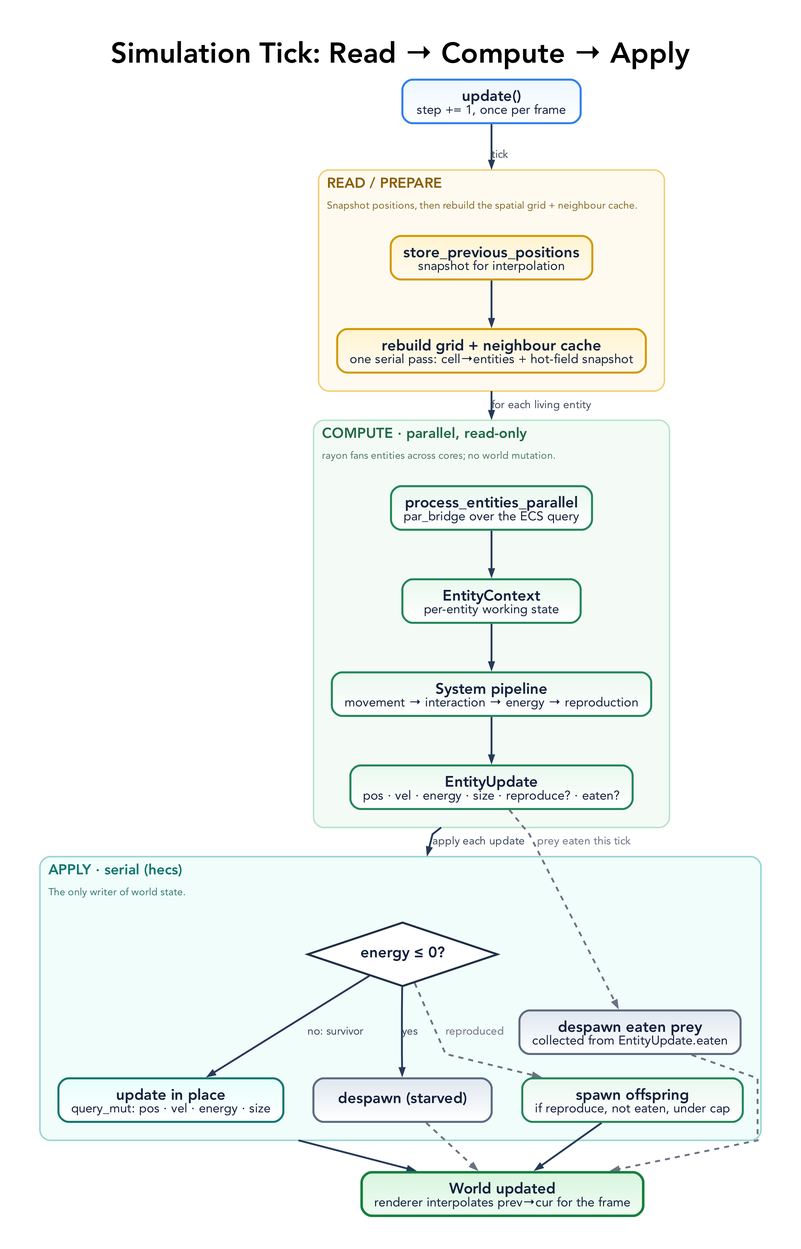
This is docs/diagrams/simulation-tick.png from rgilks/evo, a Graphviz export, as it was before one commit. Its source is kept beside it as docs/diagrams/simulation-tick.dot.
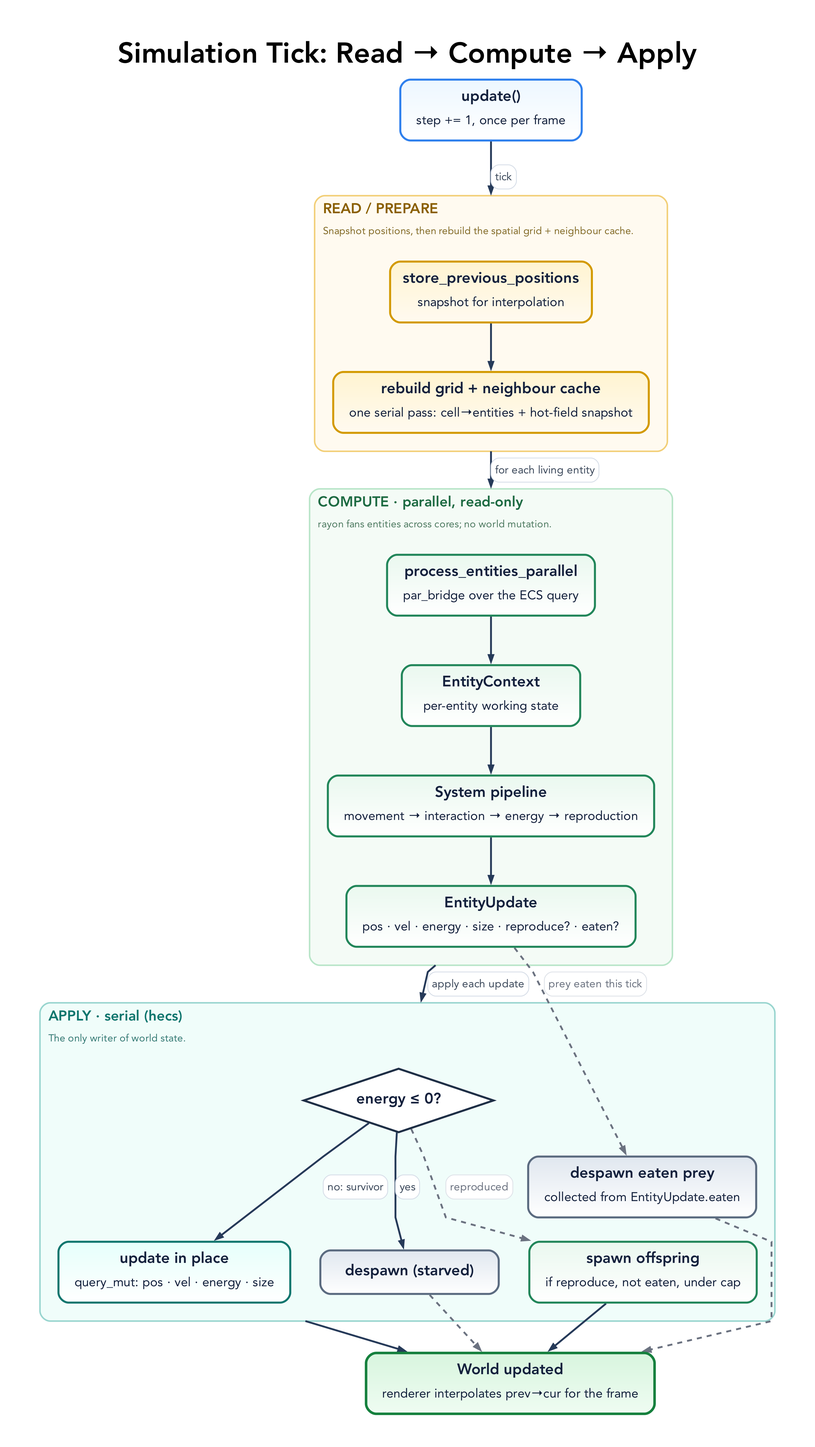
After the change.

Commit message:
Tidy graphviz diagrams

Change to the diagram source:
```diff
@@ -45,7 +45,7 @@
     arrowsize=0.78
   ];
 
-  T0 [label=<<B>update()</B><BR/><FONT POINT-SIZE="15">step += 1, once per frame</FONT>>, fillcolor="#edf7ff:#ffffff", color="#2f80ed"];
+  T0 [label=<<TABLE BORDER="0" CELLBORDER="0" CELLSPACING="0" CELLPADDING="0"><TR><TD><B>update()</B></TD></TR><TR><TD CELLPADDING="4"><FONT POINT-SIZE="15">step += 1, once per frame</FONT></TD></TR></TABLE>>, fillcolor="#edf7ff:#ffffff", color="#2f80ed"];
 
   subgraph cluster_read {
     graph [
@@ -58,8 +58,8 @@
       labelloc=t, labeljust=l,
       color="#f2cf78", fillcolor="#fffaf0", style="rounded,filled", penwidth=1.8, margin=22
     ];
-    R1 [label=<<B>store_previous_positions</B><BR/><FONT POINT-SIZE="15">snapshot for interpolation</FONT>>, fillcolor="#fff4d1:#fffaf0", color="#d39a00"];
-    R2 [label=<<B>rebuild grid + neighbour cache</B><BR/><FONT POINT-SIZE="15">one serial pass: cell&#8594;entities + hot-field snapshot</FONT>>, fillcolor="#fff4d1:#fffaf0", color="#d39a00"];
+    R1 [label=<<TABLE BORDER="0" CELLBORDER="0" CELLSPACING="0" CELLPADDING="0"><TR><TD><B>store_previous_positions</B></TD></TR><TR><TD CELLPADDING="4"><FONT POINT-SIZE="15">snapshot for interpolation</FONT></TD></TR></TABLE>>, fillcolor="#fff4d1:#fffaf0", color="#d39a00"];
+    R2 [label=<<TABLE BORDER="0" CELLBORDER="0" CELLSPACING="0" CELLPADDING="0"><TR><TD><B>rebuild grid + neighbour cache</B></TD></TR><TR><TD CELLPADDING="4"><FONT POINT-SIZE="15">one serial pass: cell&#8594;entities + hot-field snapshot</FONT></TD></TR></TABLE>>, fillcolor="#fff4d1:#fffaf0", color="#d39a00"];
     R1 -> R2;
   }
 
@@ -74,10 +74,10 @@
       labelloc=t, labeljust=l,
       color="#b8e5c8", fillcolor="#f4fbf6", style="rounded,filled", penwidth=1.8, margin=22
     ];
-    P1 [label=<<B>process_entities_parallel</B><BR/><FONT POINT-SIZE="15">par_bridge over the ECS query</FONT>>, fillcolor="#eaf8ef:#ffffff", color="#22865a"];
-    P2 [label=<<B>EntityContext</B><BR/><FONT POINT-SIZE="15">per-entity working state</FONT>>, fillcolor="#eaf8ef:#ffffff", color="#22865a"];
-    P3 [label=<<B>System pipeline</B><BR/><FONT POINT-SIZE="15">movement → interaction → energy → reproduction</FONT>>, fillcolor="#eaf8ef:#ffffff", color="#22865a"];
-    P4 [label=<<B>EntityUpdate</B><BR/><FONT POINT-SIZE="15">pos · vel · energy · size · reproduce? · eaten?</FONT>>, fillcolor="#eaf8ef:#ffffff", color="#22865a"];
+    P1 [label=<<TABLE BORDER="0" CELLBORDER="0" CELLSPACING="0" CELLPADDING="0"><TR><TD><B>process_entities_parallel</B></TD></TR><TR><TD CELLPADDING="4"><FONT POINT-SIZE="15">par_bridge over the ECS query</FONT></TD></TR></TABLE>>, fillcolor="#eaf8ef:#ffffff", color="#22865a"];
+    P2 [label=<<TABLE BORDER="0" CELLBORDER="0" CELLSPACING="0" CELLPADDING="0"><TR><TD><B>EntityContext</B></TD></TR><TR><TD CELLPADDING="4"><FONT POINT-SIZE="15">per-entity working state</FONT></TD></TR></TABLE>>, fillcolor="#eaf8ef:#ffffff", color="#22865a"];
+    P3 [label=<<TABLE BORDER="0" CELLBORDER="0" CELLSPACING="0" CELLPADDING="0"><TR><TD><B>System pipeline</B></TD></TR><TR><TD CELLPADDING="4"><FONT POINT-SIZE="15">movement → interaction → energy → reproduction</FONT></TD></TR></TABLE>>, fillcolor="#eaf8ef:#ffffff", color="#22865a"];
+    P4 [label=<<TABLE BORDER="0" CELLBORDER="0" CELLSPACING="0" CELLPADDING="0"><TR><TD><B>EntityUpdate</B></TD></TR><TR><TD CELLPADDING="4"><FONT POINT-SIZE="15">pos · vel · energy · size · reproduce? · eaten?</FONT></TD></TR></TABLE>>, fillcolor="#eaf8ef:#ffffff", color="#22865a"];
     P1 -> P2 -> P3 -> P4;
   }
 
@@ -94,22 +94,22 @@
     ];
 
     DQ1 [label=<<B>energy &#8804; 0?</B>>, shape=diamond, style=filled, width=2.4, height=1.05, fillcolor="#ffffff", color="#1f2f46", penwidth=2.4];
-    ALIVE [label=<<B>update in place</B><BR/><FONT POINT-SIZE="15">query_mut: pos · vel · energy · size</FONT>>, fillcolor="#e6fffb:#ffffff", color="#0f766e"];
+    ALIVE [label=<<TABLE BORDER="0" CELLBORDER="0" CELLSPACING="0" CELLPADDING="0"><TR><TD><B>update in place</B></TD></TR><TR><TD CELLPADDING="4"><FONT POINT-SIZE="15">query_mut: pos · vel · energy · size</FONT></TD></TR></TABLE>>, fillcolor="#e6fffb:#ffffff", color="#0f766e"];
     DEAD [label=<<B>despawn (starved)</B>>, fillcolor="#e0e7ef:#ffffff", color="#5b6b80"];
-    EATEN [label=<<B>despawn eaten prey</B><BR/><FONT POINT-SIZE="15">collected from EntityUpdate.eaten</FONT>>, fillcolor="#e0e7ef:#ffffff", color="#5b6b80"];
-    OFF [label=<<B>spawn offspring</B><BR/><FONT POINT-SIZE="15">if reproduce, not eaten, under cap</FONT>>, fillcolor="#eaf8ef:#ffffff", color="#22865a"];
+    EATEN [label=<<TABLE BORDER="0" CELLBORDER="0" CELLSPACING="0" CELLPADDING="0"><TR><TD><B>despawn eaten prey</B></TD></TR><TR><TD CELLPADDING="4"><FONT POINT-SIZE="15">collected from EntityUpdate.eaten</FONT></TD></TR></TABLE>>, fillcolor="#e0e7ef:#ffffff", color="#5b6b80"];
+    OFF [label=<<TABLE BORDER="0" CELLBORDER="0" CELLSPACING="0" CELLPADDING="0"><TR><TD><B>spawn offspring</B></TD></TR><TR><TD CELLPADDING="4"><FONT POINT-SIZE="15">if reproduce, not eaten, under cap</FONT></TD></TR></TABLE>>, fillcolor="#eaf8ef:#ffffff", color="#22865a"];
   }
 
-  WORLD [label=<<B>World updated</B><BR/><FONT POINT-SIZE="15">renderer interpolates prev&#8594;cur for the frame</FONT>>, fillcolor="#d8f5de:#effcf2", color="#15803d", penwidth=3.0];
+  WORLD [label=<<TABLE BORDER="0" CELLBORDER="0" CELLSPACING="0" CELLPADDING="0"><TR><TD><B>World updated</B></TD></TR><TR><TD CELLPADDING="4"><FONT POINT-SIZE="15">renderer interpolates prev&#8594;cur for the frame</FONT></TD></TR></TABLE>>, fillcolor="#d8f5de:#effcf2", color="#15803d", penwidth=3.0];
 
-  T0 -> R1 [lhead=cluster_read, label="tick"];
-  R2 -> P1 [ltail=cluster_read, lhead=cluster_compute, label="for each living entity"];
-  P4 -> DQ1 [ltail=cluster_compute, lhead=cluster_apply, label="apply each update"];
+  T0 -> R1 [lhead=cluster_read, label=<<TABLE BORDER="1" CELLBORDER="0" STYLE="ROUNDED" COLOR="#d7dee8" BGCOLOR="#ffffff" CELLSPACING="0" CELLPADDING="4"><TR><TD><FONT POINT-SIZE="13" COLOR="#3d4a5c">tick</FONT></TD></TR></TABLE>>];
+  R2 -> P1 [ltail=cluster_read, lhead=cluster_compute, label=<<TABLE BORDER="1" CELLBORDER="0" STYLE="ROUNDED" COLOR="#d7dee8" BGCOLOR="#ffffff" CELLSPACING="0" CELLPADDING="4"><TR><TD><FONT POINT-SIZE="13" COLOR="#3d4a5c">for each living entity</FONT></TD></TR></TABLE>>];
+  P4 -> DQ1 [ltail=cluster_compute, lhead=cluster_apply, label=<<TABLE BORDER="1" CELLBORDER="0" STYLE="ROUNDED" COLOR="#d7dee8" BGCOLOR="#ffffff" CELLSPACING="0" CELLPADDING="4"><TR><TD><FONT POINT-SIZE="13" COLOR="#3d4a5c">apply each update</FONT></TD></TR></TABLE>>];
 
-  DQ1 -> DEAD [label="yes"];
-  DQ1 -> ALIVE [label="no: survivor"];
-  DQ1 -> OFF [label="reproduced", color="#6b7280", fontcolor="#6b7280", style=dashed, constraint=false];
-  P4 -> EATEN [label="prey eaten this tick", color="#6b7280", fontcolor="#6b7280", style=dashed];
+  DQ1 -> DEAD [label=<<TABLE BORDER="1" CELLBORDER="0" STYLE="ROUNDED" COLOR="#d7dee8" BGCOLOR="#ffffff" CELLSPACING="0" CELLPADDING="4"><TR><TD><FONT POINT-SIZE="13" COLOR="#3d4a5c">yes</FONT></TD></TR></TABLE>>];
+  DQ1 -> ALIVE [label=<<TABLE BORDER="1" CELLBORDER="0" STYLE="ROUNDED" COLOR="#d7dee8" BGCOLOR="#ffffff" CELLSPACING="0" CELLPADDING="4"><TR><TD><FONT POINT-SIZE="13" COLOR="#3d4a5c">no: survivor</FONT></TD></TR></TABLE>>];
+  DQ1 -> OFF [label=<<TABLE BORDER="1" CELLBORDER="0" STYLE="ROUNDED" COLOR="#dfe3e9" BGCOLOR="#ffffff" CELLSPACING="0" CELLPADDING="4"><TR><TD><FONT POINT-SIZE="13" COLOR="#6b7280">reproduced</FONT></TD></TR></TABLE>>, color="#6b7280", fontcolor="#6b7280", style=dashed, constraint=false];
+  P4 -> EATEN [label=<<TABLE BORDER="1" CELLBORDER="0" STYLE="ROUNDED" COLOR="#dfe3e9" BGCOLOR="#ffffff" CELLSPACING="0" CELLPADDING="4"><TR><TD><FONT POINT-SIZE="13" COLOR="#6b7280">prey eaten this tick</FONT></TD></TR></TABLE>>, color="#6b7280", fontcolor="#6b7280", style=dashed];
 
   ALIVE -> WORLD [ltail=cluster_apply];
   DEAD -> WORLD [color="#6b7280", fontcolor="#6b7280", style=dashed];
```
